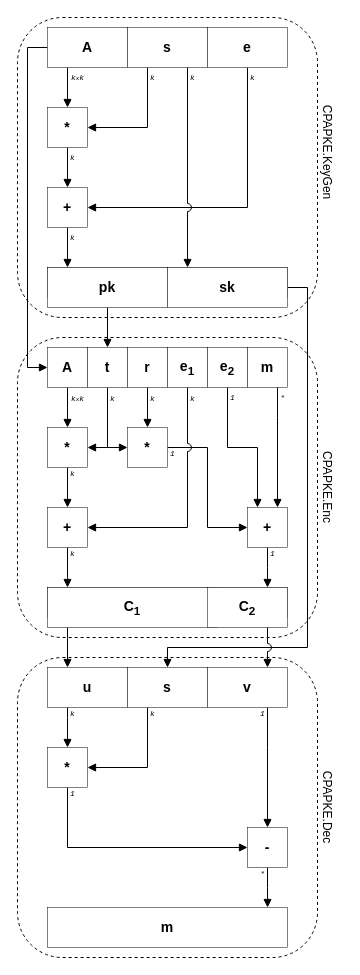
Above: pictures/kyber_all.drawio in SamoKopecky/diploma-thesis-latex (draw.io), before the change. Source tidied: cells renumbered, new cells numbered last; positions are measured from the earlier drawing's top-left corner, leaving out a move shared by most shapes. Both pictures are drawn from the tidied source at 100%, with x=0, y=0 at pixel (17, 17).
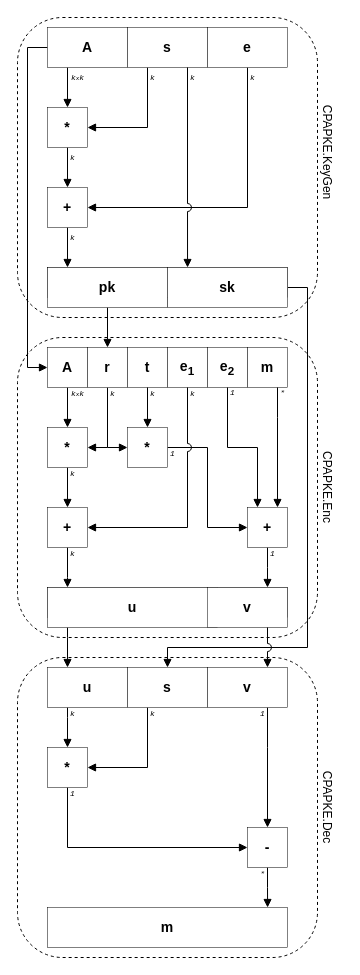
After the change.

The change refers to these unchanged cells:
```xml
<mxCell id="35" style="group;" parent="1" vertex="1">
  <mxGeometry x="30" y="330" width="240" height="40" as="geometry" />
</mxCell>
```

The edit, as a diff of the source:
```diff
@@
-    <mxCell id="37" value="&lt;b&gt;t&lt;/b&gt;" style="rounded=0;whiteSpace=wrap;html=1;strokeWidth=0.5;fontFamily=Helvetica;fontSize=14;fillColor=default;" parent="35" vertex="1">
+    <mxCell id="37" value="&lt;b&gt;r&lt;/b&gt;" style="rounded=0;whiteSpace=wrap;html=1;strokeWidth=0.5;fontFamily=Helvetica;fontSize=14;fillColor=default;" parent="35" vertex="1">
       <mxGeometry x="40" width="40" height="40" as="geometry" />
     </mxCell>
-    <mxCell id="38" value="&lt;b&gt;r&lt;/b&gt;" style="rounded=0;whiteSpace=wrap;html=1;strokeWidth=0.5;fontFamily=Helvetica;fontSize=14;fillColor=default;" parent="35" vertex="1">
+    <mxCell id="38" value="&lt;b&gt;t&lt;/b&gt;" style="rounded=0;whiteSpace=wrap;html=1;strokeWidth=0.5;fontFamily=Helvetica;fontSize=14;fillColor=default;" parent="35" vertex="1">
       <mxGeometry x="80" width="40" height="40" as="geometry" />
     </mxCell>
@@
-    <mxCell id="47" value="&lt;b&gt;C&lt;sub&gt;1&lt;/sub&gt;&lt;/b&gt;" style="rounded=0;whiteSpace=wrap;html=1;strokeWidth=0.5;fontFamily=Helvetica;fontSize=14;fillColor=default;" parent="1" vertex="1">
+    <mxCell id="47" value="&lt;b&gt;u&lt;/b&gt;" style="rounded=0;whiteSpace=wrap;html=1;strokeWidth=0.5;fontFamily=Helvetica;fontSize=14;fillColor=default;" parent="1" vertex="1">
       <mxGeometry x="30" y="570" width="170" height="40" as="geometry" />
     </mxCell>
-    <mxCell id="48" value="&lt;b&gt;C&lt;sub&gt;2&lt;/sub&gt;&lt;/b&gt;" style="rounded=0;whiteSpace=wrap;html=1;strokeWidth=0.5;fontFamily=Helvetica;fontSize=14;fillColor=default;" parent="1" vertex="1">
+    <mxCell id="48" value="&lt;b&gt;v&lt;/b&gt;" style="rounded=0;whiteSpace=wrap;html=1;strokeWidth=0.5;fontFamily=Helvetica;fontSize=14;fillColor=default;" parent="1" vertex="1">
       <mxGeometry x="190" y="570" width="80" height="40" as="geometry" />
     </mxCell>
@@
     <mxCell id="54" value="&lt;i&gt;&lt;font style=&quot;font-size: 8px;&quot;&gt;k&lt;/font&gt;&lt;font style=&quot;font-size: 6px;&quot;&gt;x&lt;/font&gt;&lt;font style=&quot;font-size: 8px;&quot;&gt;k&lt;/font&gt;&lt;/i&gt;" style="text;html=1;align=center;verticalAlign=middle;strokeColor=none;fillColor=none;fontSize=14;fontFamily=Courier New;" parent="1" vertex="1">
-      <mxGeometry x="40" y="365" width="40" height="30" as="geometry" />
+      <mxGeometry x="40" y="360" width="40" height="30" as="geometry" />
     </mxCell>
     <mxCell id="55" value="&lt;i&gt;&lt;font style=&quot;font-size: 8px;&quot;&gt;k&lt;/font&gt;&lt;/i&gt;" style="text;html=1;align=center;verticalAlign=middle;strokeColor=none;fillColor=none;fontSize=14;fontFamily=Courier New;" parent="1" vertex="1">
-      <mxGeometry x="80" y="365" width="30" height="30" as="geometry" />
+      <mxGeometry x="80" y="360" width="30" height="30" as="geometry" />
     </mxCell>
     <mxCell id="56" value="&lt;i&gt;&lt;font style=&quot;font-size: 8px;&quot;&gt;k&lt;/font&gt;&lt;/i&gt;" style="text;html=1;align=center;verticalAlign=middle;strokeColor=none;fillColor=none;fontSize=14;fontFamily=Courier New;" parent="1" vertex="1">
-      <mxGeometry x="120" y="365" width="30" height="30" as="geometry" />
+      <mxGeometry x="120" y="360" width="30" height="30" as="geometry" />
     </mxCell>
     <mxCell id="57" value="&lt;font style=&quot;font-size: 8px;&quot;&gt;1&lt;/font&gt;" style="text;html=1;align=center;verticalAlign=middle;strokeColor=none;fillColor=none;fontSize=6;fontFamily=Courier New;fontStyle=2;" parent="1" vertex="1">
-      <mxGeometry x="200" y="370" width="30" height="20" as="geometry" />
+      <mxGeometry x="200" y="365" width="30" height="20" as="geometry" />
     </mxCell>
     <mxCell id="58" value="&lt;i&gt;&lt;font style=&quot;font-size: 8px;&quot;&gt;k&lt;/font&gt;&lt;/i&gt;" style="text;html=1;align=center;verticalAlign=middle;strokeColor=none;fillColor=none;fontSize=14;fontFamily=Courier New;" parent="1" vertex="1">
-      <mxGeometry x="160" y="365" width="30" height="30" as="geometry" />
+      <mxGeometry x="160" y="360" width="30" height="30" as="geometry" />
     </mxCell>
     <mxCell id="59" value="&lt;font style=&quot;font-size: 8px;&quot;&gt;*&lt;/font&gt;" style="text;html=1;align=center;verticalAlign=middle;strokeColor=none;fillColor=none;fontSize=6;fontFamily=Courier New;fontStyle=2;" parent="1" vertex="1">
-      <mxGeometry x="250" y="370" width="30" height="20" as="geometry" />
+      <mxGeometry x="250" y="365" width="30" height="20" as="geometry" />
     </mxCell>
```
